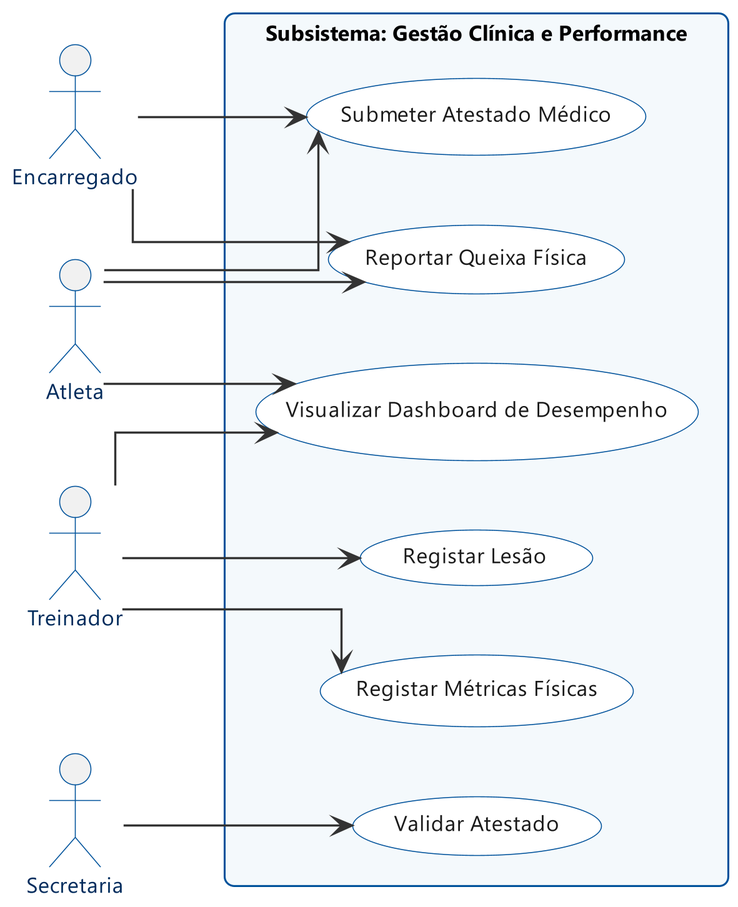
The PlantUML diagram Relatorio/images/casos_uso_clinica.png in MartiGames8899/LI4, before a commit. Source of this version:
```plantuml
@startuml casos_uso_clinica
!include _cap_skin.puml
left to right direction

actor "Atleta" as Athlete
actor "Encarregado" as Parent
actor "Treinador" as Coach
actor "Secretaria" as Secretary

rectangle "Subsistema: Gestão Clínica e Performance" {
    usecase "Submeter Atestado Médico" as UC_SubmitMedical
    usecase "Validar Atestado" as UC_ValidateMedical
    usecase "Registar Lesão" as UC_LogInjury
    usecase "Reportar Queixa Física" as UC_ReportComplaint
    usecase "Registar Métricas Físicas" as UC_LogMetrics
    usecase "Visualizar Dashboard de Desempenho" as UC_ViewDashboard
}

Athlete --> UC_SubmitMedical
Parent --> UC_SubmitMedical
Athlete --> UC_ReportComplaint
Parent --> UC_ReportComplaint
Athlete --> UC_ViewDashboard

Secretary --> UC_ValidateMedical

Coach --> UC_LogInjury
Coach --> UC_LogMetrics
Coach --> UC_ViewDashboard

@enduml
```
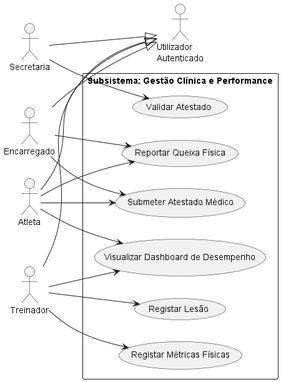
The same file after the commit.

What changed in the source:
```diff
@@ -1,11 +1,17 @@
-@startuml casos_uso_clinica
-!include _cap_skin.puml
+@startuml
+
 left to right direction
 
+actor "Utilizador\nAutenticado" as User
 actor "Atleta" as Athlete
 actor "Encarregado" as Parent
 actor "Treinador" as Coach
 actor "Secretaria" as Secretary
+
+Athlete --|> User
+Parent --|> User
+Coach --|> User
+Secretary --|> User
 
 rectangle "Subsistema: Gestão Clínica e Performance" {
     usecase "Submeter Atestado Médico" as UC_SubmitMedical
```
